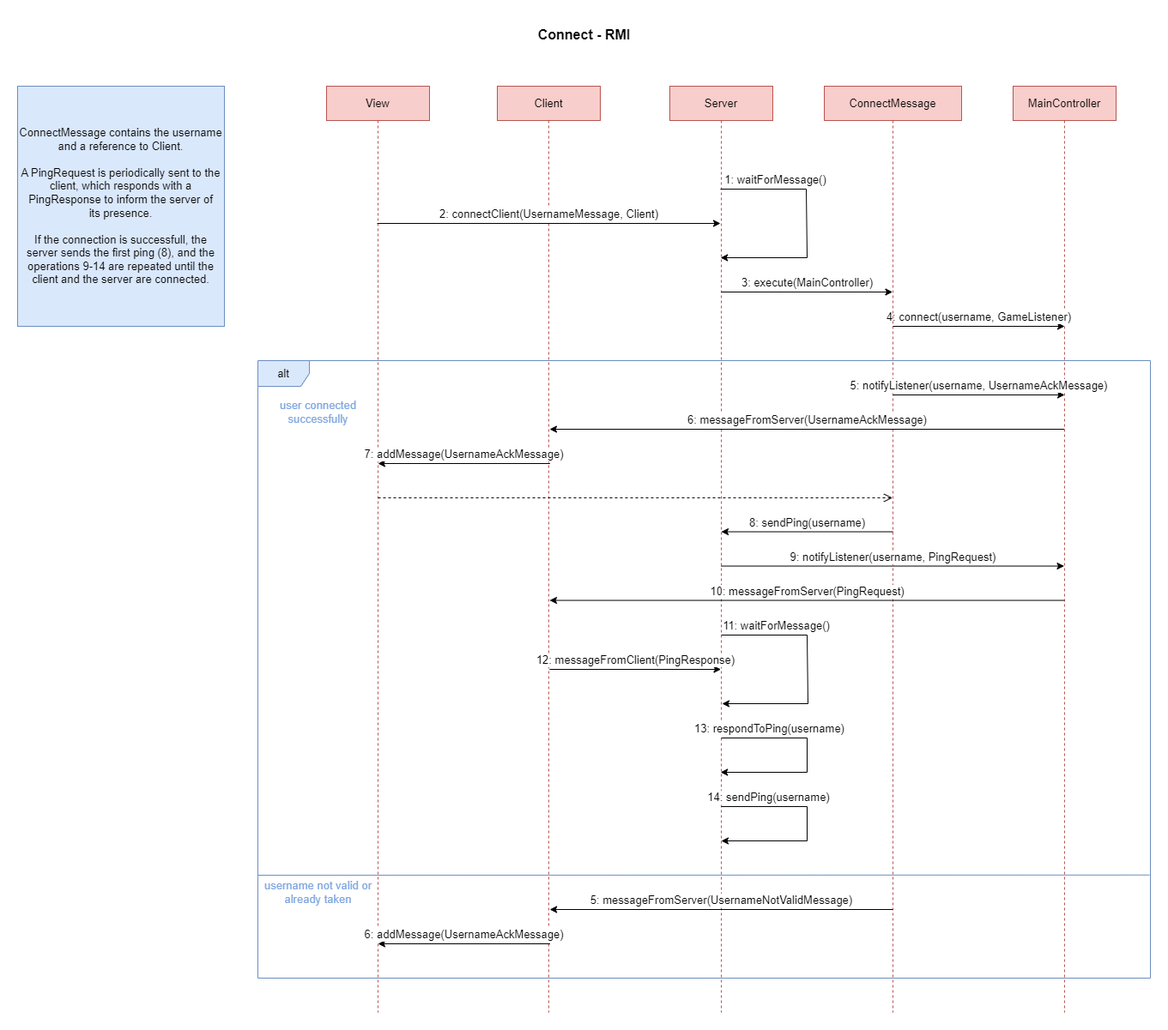
Earlier version of the draw.io export deliverables/sequence-diagrams/connect-rmi.png (cosimonegri/ing-sw-2024-lovino-mierlita-negri-orizio). Source tidied: cells renumbered, new cells last; positions are measured from the earlier drawing's top-left corner, leaving out a move shared by most shapes.
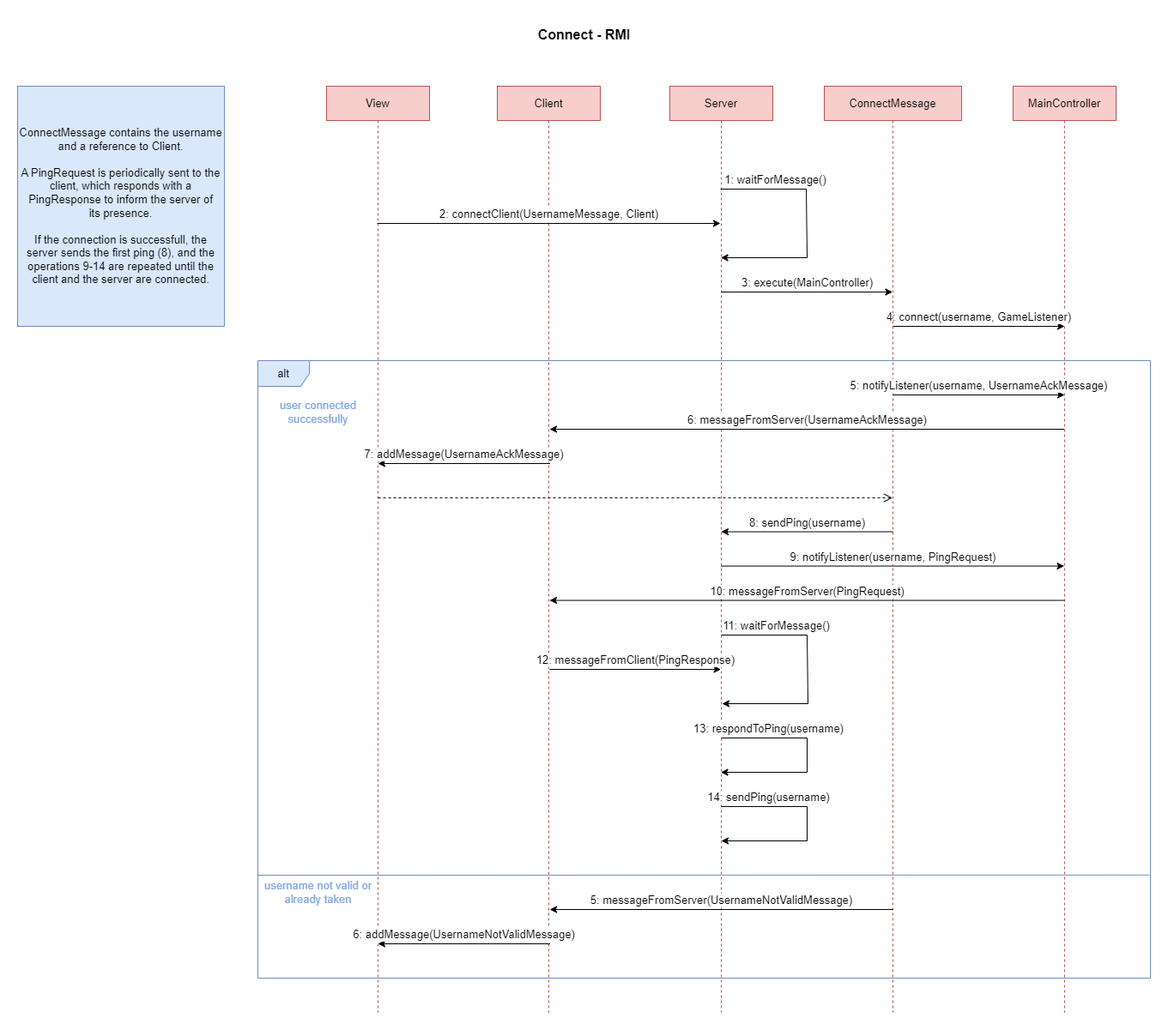
After the change.

Commit message:
Fix typo in connect-rmi sequence diagram

Change to the diagram source:
```diff
@@ -143,7 +143,7 @@
         </Array>
       </mxGeometry>
     </mxCell>
-    <mxCell id="28" value="&lt;font style=&quot;font-size: 13px;&quot;&gt;6: addMessage(UsernameAckMessage)&lt;/font&gt;" style="html=1;verticalAlign=bottom;endArrow=none;curved=0;rounded=0;startArrow=classic;startFill=1;endFill=0;" parent="1" edge="1">
+    <mxCell id="28" value="&lt;font style=&quot;font-size: 13px;&quot;&gt;6: addMessage(UsernameNotValidMessage)&lt;/font&gt;" style="html=1;verticalAlign=bottom;endArrow=none;curved=0;rounded=0;startArrow=classic;startFill=1;endFill=0;" parent="1" edge="1">
       <mxGeometry relative="1" as="geometry">
         <mxPoint x="420" y="1080" as="sourcePoint" />
         <mxPoint x="620.5" y="1080" as="targetPoint" />
```
